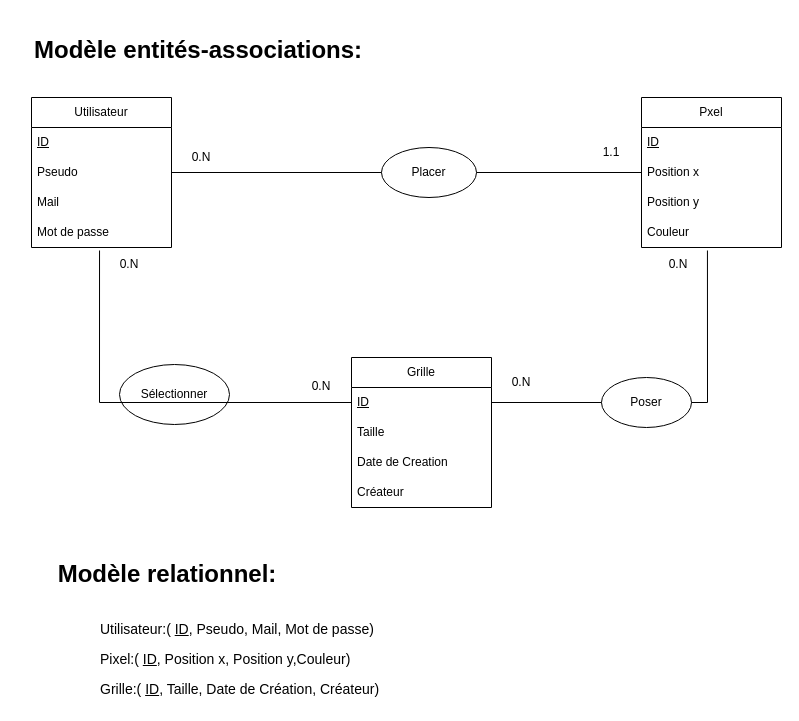
This is Model_Drawio/Modele-entite-asso.drawio from GoldenPants112/PixelWar, a draw.io file, before an edit. Source tidied: cells renumbered, new cells numbered last; positions are measured from the earlier drawing's top-left corner, leaving out a move shared by most shapes. Both pictures are drawn from the tidied source at 100%, with x=0, y=0 at pixel (17, 17).
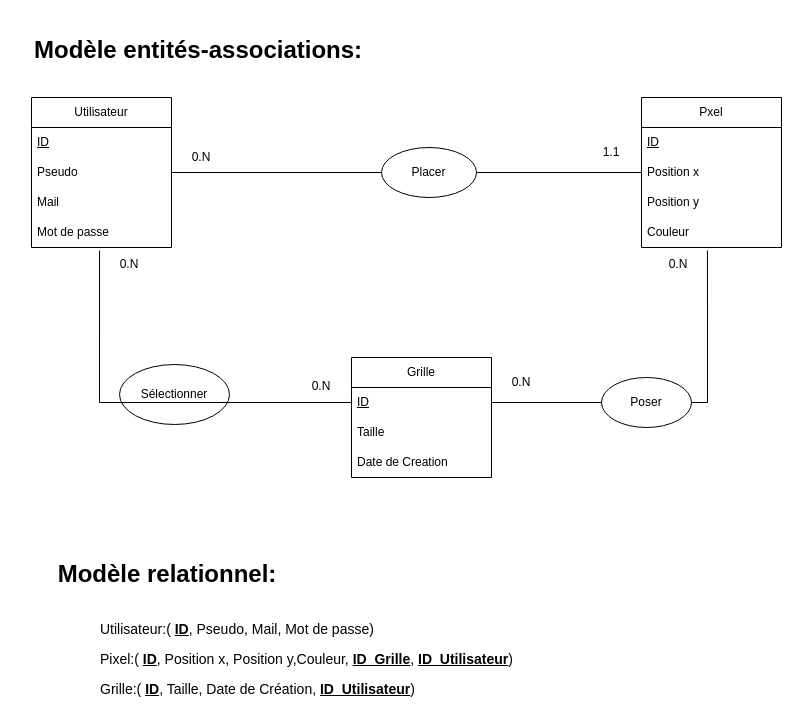
Above is the later version.

Commit message (it also covers changes not shown here):
Ajout de la FK grille-utilisateur + debut de l'afficahge des grilles

Change to the diagram source:
```diff
@@
     <mxCell id="12" value="Grille" style="swimlane;fontStyle=0;horizontal=1;startSize=30;whiteSpace=wrap;html=1;" parent="1" vertex="1">
-      <mxGeometry x="334" y="340" width="140" height="150" as="geometry" />
+      <mxGeometry x="334" y="340" width="140" height="120" as="geometry" />
     </mxCell>
@@
-    <mxCell id="16" value="Créateur" style="rounded=0;whiteSpace=wrap;html=1;align=left;verticalAlign=middle;spacingLeft=4;spacingRight=4;fontFamily=Helvetica;fontSize=12;fontColor=default;fillColor=none;gradientColor=none;strokeColor=none;" parent="12" vertex="1">
-      <mxGeometry y="120" width="140" height="30" as="geometry" />
-    </mxCell>
@@
-    <mxCell id="33" value="&lt;font style=&quot;font-size: 14px;&quot;&gt;Utilisateur:(&amp;nbsp;&lt;u&gt;ID&lt;/u&gt;,&amp;nbsp;&lt;span style=&quot;&quot;&gt;Pseudo&lt;/span&gt;, Mail, Mot de passe)&lt;/font&gt;" style="text;html=1;align=left;verticalAlign=middle;whiteSpace=wrap;rounded=0;fontFamily=Helvetica;fontSize=12;fontColor=default;" parent="1" vertex="1">
+    <mxCell id="33" value="&lt;font style=&quot;font-size: 14px;&quot;&gt;Utilisateur:(&amp;nbsp;&lt;u&gt;&lt;b&gt;ID&lt;/b&gt;&lt;/u&gt;,&amp;nbsp;&lt;span style=&quot;&quot;&gt;Pseudo&lt;/span&gt;, Mail, Mot de passe)&lt;/font&gt;" style="text;html=1;align=left;verticalAlign=middle;whiteSpace=wrap;rounded=0;fontFamily=Helvetica;fontSize=12;fontColor=default;" parent="1" vertex="1">
       <mxGeometry x="81" y="597" width="349" height="30" as="geometry" />
     </mxCell>
-    <mxCell id="34" value="&lt;font style=&quot;font-size: 14px;&quot;&gt;Pixel:(&amp;nbsp;&lt;u&gt;ID&lt;/u&gt;, Position x, Position y,Couleur)&lt;/font&gt;" style="text;html=1;align=left;verticalAlign=middle;whiteSpace=wrap;rounded=0;fontFamily=Helvetica;fontSize=12;fontColor=default;" parent="1" vertex="1">
-      <mxGeometry x="81" y="627" width="349" height="30" as="geometry" />
+    <mxCell id="34" value="&lt;font style=&quot;font-size: 14px;&quot;&gt;Pixel:(&amp;nbsp;&lt;u&gt;&lt;b&gt;ID&lt;/b&gt;&lt;/u&gt;, Position x, Position y,Couleur, &lt;u&gt;&lt;b&gt;ID_Grille&lt;/b&gt;&lt;/u&gt;,&amp;nbsp;&lt;u&gt;&lt;b&gt;ID_Utilisateur&lt;/b&gt;&lt;/u&gt;)&lt;/font&gt;" style="text;html=1;align=left;verticalAlign=middle;whiteSpace=wrap;rounded=0;fontFamily=Helvetica;fontSize=12;fontColor=default;" parent="1" vertex="1">
+      <mxGeometry x="81" y="627" width="420" height="30" as="geometry" />
     </mxCell>
-    <mxCell id="35" value="&lt;font style=&quot;font-size: 14px;&quot;&gt;Grille:(&amp;nbsp;&lt;u&gt;ID&lt;/u&gt;, Taille, Date de Création, Créateur)&lt;/font&gt;" style="text;html=1;align=left;verticalAlign=middle;whiteSpace=wrap;rounded=0;fontFamily=Helvetica;fontSize=12;fontColor=default;" parent="1" vertex="1">
-      <mxGeometry x="81" y="657" width="349" height="30" as="geometry" />
+    <mxCell id="35" value="&lt;font style=&quot;font-size: 14px;&quot;&gt;Grille:(&amp;nbsp;&lt;u&gt;&lt;b&gt;ID&lt;/b&gt;&lt;/u&gt;, Taille, Date de Création, &lt;u&gt;&lt;b&gt;ID_Utilisateur&lt;/b&gt;&lt;/u&gt;)&lt;/font&gt;" style="text;html=1;align=left;verticalAlign=middle;whiteSpace=wrap;rounded=0;fontFamily=Helvetica;fontSize=12;fontColor=default;" parent="1" vertex="1">
+      <mxGeometry x="81" y="657" width="380" height="30" as="geometry" />
     </mxCell>
```
